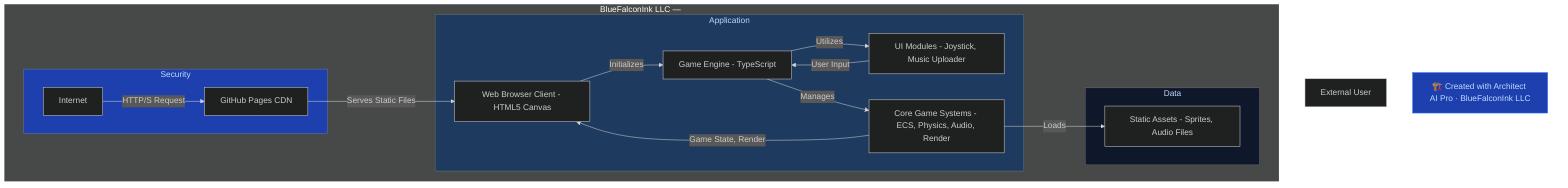
koreric75/videogamedev keeps this Mermaid diagram as docs/architecture.png. Above is the earlier version. Its source is kept beside it as docs/architecture.mermaid.
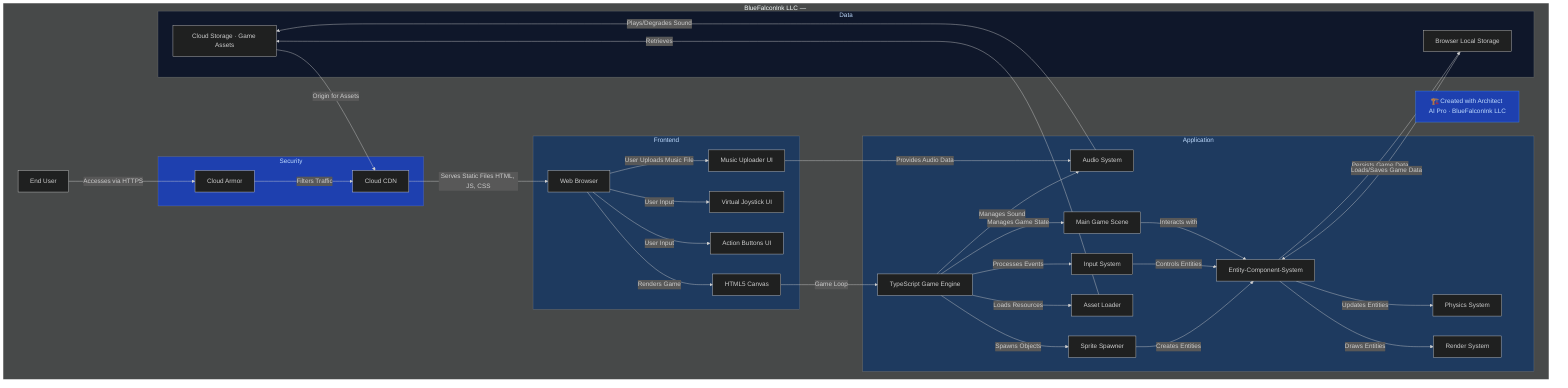
The same diagram one commit later.

Commit message:
docs: auto-update architecture diagram via Architect AI Pro [skip ci]

Diff of the diagram source:
```diff
@@ -1,36 +1,67 @@
 graph TD
-    User[External User]
+    subgraph "BlueFalconInk LLC — videogamedev Architecture"
+        User[End User]
 
-    subgraph "BlueFalconInk LLC — videogamedev Architecture"
         subgraph "Security"
-            Internet[Internet]
-            GHPC[GitHub Pages CDN]
+            CloudArmor[Cloud Armor]
+            CloudCDN[Cloud CDN]
+            style Security fill:#1E40AF,color:#BFDBFE
+        end
+
+        subgraph "Frontend"
+            Browser[Web Browser]
+            HTMLCanvas[HTML5 Canvas]
+            VirtualJoystick[Virtual Joystick UI]
+            ActionButton[Action Buttons UI]
+            MusicUploader[Music Uploader UI]
+            style Frontend fill:#1E3A5F,color:#BFDBFE
         end
 
         subgraph "Application"
-            Frontend[Web Browser Client - HTML5 Canvas]
-            GameEngine[Game Engine - TypeScript]
-            UIM[UI Modules - Joystick, Music Uploader]
-            CoreSystems[Core Game Systems - ECS, Physics, Audio, Render]
+            GameEngine[TypeScript Game Engine]
+            MainScene[Main Game Scene]
+            ECS[Entity-Component-System]
+            PhysicsSystem[Physics System]
+            RenderSystem[Render System]
+            InputSystem[Input System]
+            AudioSystem[Audio System]
+            AssetLoader[Asset Loader]
+            SpriteSpawner[Sprite Spawner]
+            style Application fill:#1E3A5F,color:#BFDBFE
         end
 
         subgraph "Data"
-            StaticAssets[Static Assets - Sprites, Audio Files]
+            CloudStorage[Cloud Storage · Game Assets]
+            BrowserStorage[Browser Local Storage]
+            style Data fill:#0F172A,color:#BFDBFE
         end
 
-        Internet -->|HTTP/S Request| GHPC
-        GHPC -->|Serves Static Files| Frontend
-        Frontend -->|Initializes| GameEngine
-        GameEngine -->|Utilizes| UIM
-        GameEngine -->|Manages| CoreSystems
-        CoreSystems -->|Loads| StaticAssets
-        UIM -->|User Input| GameEngine
-        CoreSystems -->|Game State, Render| Frontend
+        User -->|Accesses via HTTPS| CloudArmor
+        CloudArmor -->|Filters Traffic| CloudCDN
+        CloudCDN -->|Serves Static Files HTML, JS, CSS| Browser
+        CloudStorage -->|Origin for Assets| CloudCDN
+
+        Browser -->|Renders Game| HTMLCanvas
+        Browser -->|User Input| VirtualJoystick
+        Browser -->|User Input| ActionButton
+        Browser -->|User Uploads Music File| MusicUploader
+        MusicUploader -->|Provides Audio Data| AudioSystem
+        HTMLCanvas -->|Game Loop| GameEngine
+        GameEngine -->|Manages Game State| MainScene
+        MainScene -->|Interacts with| ECS
+        ECS -->|Updates Entities| PhysicsSystem
+        ECS -->|Draws Entities| RenderSystem
+        GameEngine -->|Processes Events| InputSystem
+        InputSystem -->|Controls Entities| ECS
+        GameEngine -->|Manages Sound| AudioSystem
+        GameEngine -->|Loads Resources| AssetLoader
+        AssetLoader -->|Retrieves| CloudStorage
+        GameEngine -->|Spawns Objects| SpriteSpawner
+        SpriteSpawner -->|Creates Entities| ECS
+        AudioSystem -->|Plays/Degrades Sound| CloudStorage
+        ECS -->|Persists Game Data| BrowserStorage
+        BrowserStorage -->|Loads/Saves Game Data| ECS
+
+        FOOTER[🏗️ Created with Architect AI Pro · BlueFalconInk LLC]
+        style FOOTER fill:#1E40AF,color:#BFDBFE,stroke:#3B82F6
     end
-
-    FOOTER[🏗️ Created with Architect AI Pro · BlueFalconInk LLC]
-
-    style Security fill:#1E40AF,color:#BFDBFE
-    style Application fill:#1E3A5F,color:#BFDBFE
-    style Data fill:#0F172A,color:#BFDBFE
-    style FOOTER fill:#1E40AF,color:#BFDBFE,stroke:#3B82F6
```
